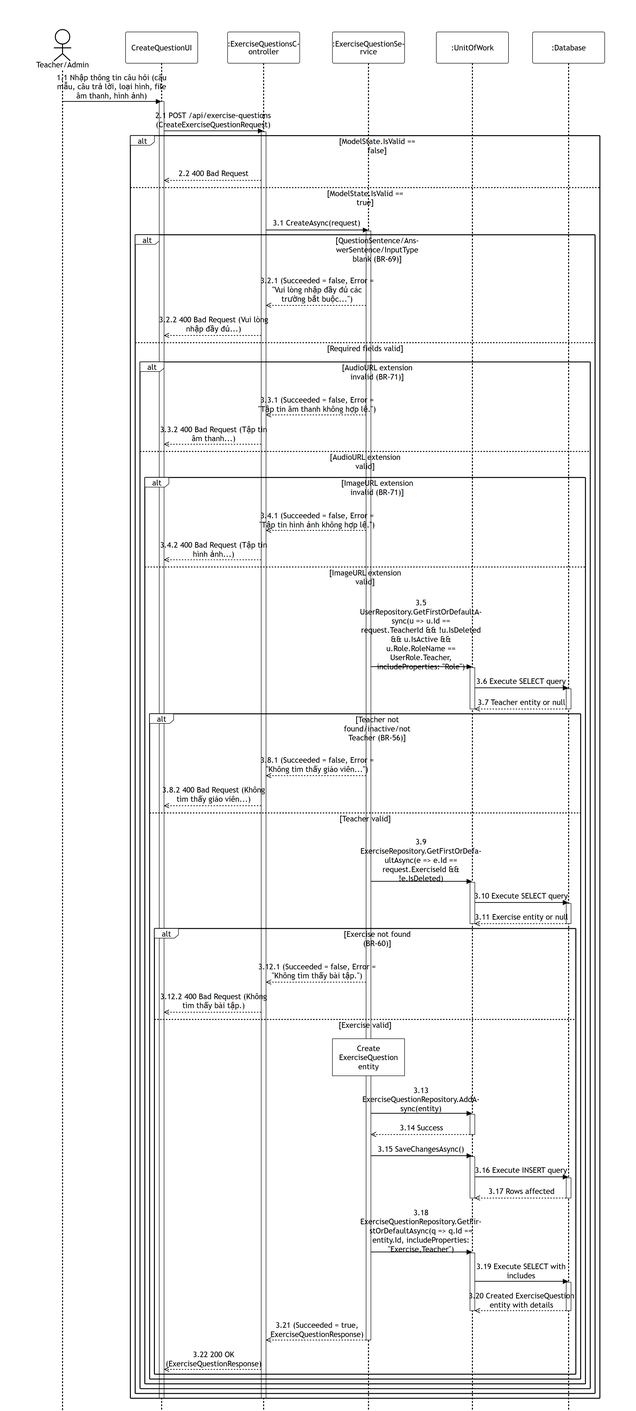
PhucAnDev/docx-diagram keeps this Mermaid diagram as 05-exercise-question-management/images/apis/create-question.png. Above is the earlier version. Its source is kept beside it as 05-exercise-question-management/sequence-diagram/apis/create-question.mmd.
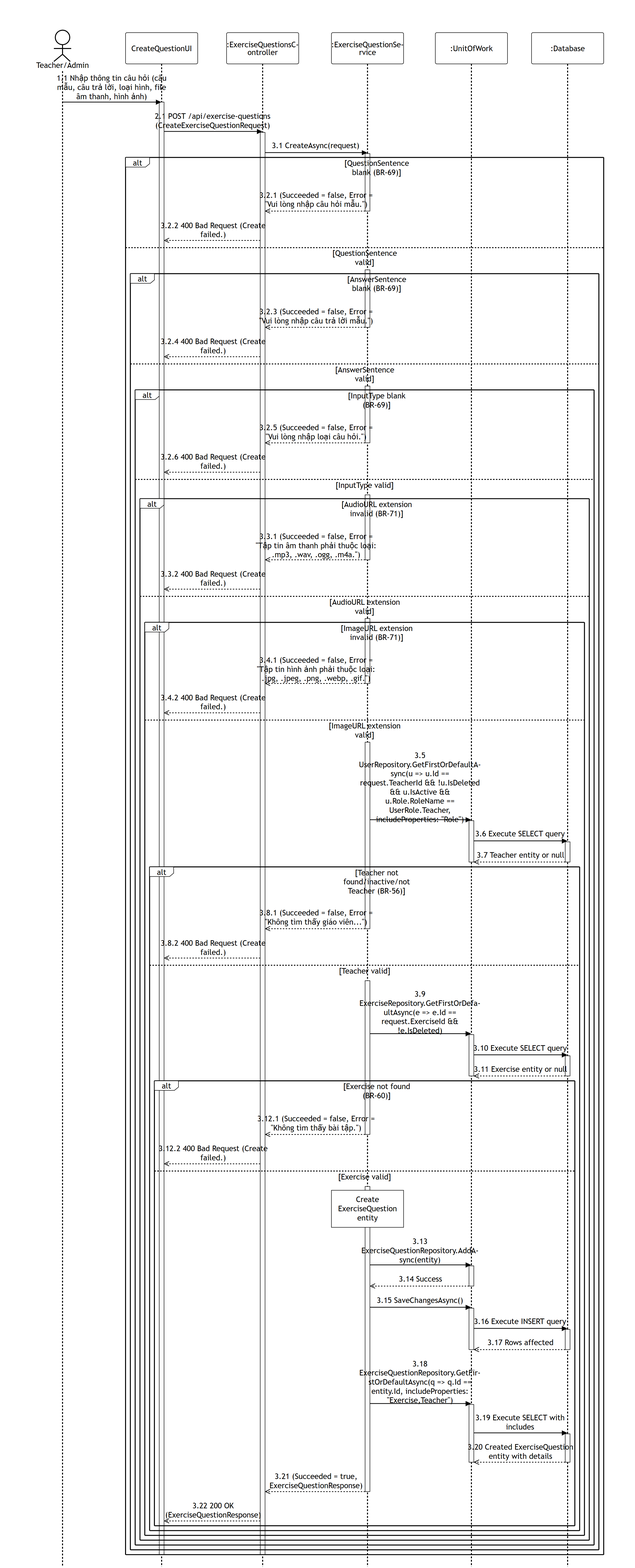
After the commit.

Commit message:
fix: update create-question.mmd, update-question.mmd, and delete-question.mmd with correct validations, error messages, and activations

The edit, as a diff of the source:
```diff
@@ -13,74 +13,94 @@
     UI->>Endpoint: 2.1 POST /api/exercise-questions (CreateExerciseQuestionRequest)
     activate Endpoint
 
-    alt ModelState.IsValid == false
-        Endpoint-->>UI: 2.2 400 Bad Request
-    else ModelState.IsValid == true
-        Endpoint->>Service: 3.1 CreateAsync(request)
+    Endpoint->>Service: 3.1 CreateAsync(request)
+    activate Service
+
+    alt QuestionSentence blank (BR-69)
+        Service-->>Endpoint: 3.2.1 (Succeeded = false, Error = "Vui lòng nhập câu hỏi mẫu.")
+        deactivate Service
+        Endpoint-->>UI: 3.2.2 400 Bad Request (Create failed.)
+    else QuestionSentence valid
         activate Service
-
-        alt QuestionSentence/AnswerSentence/InputType blank (BR-69)
-            Service-->>Endpoint: 3.2.1 (Succeeded = false, Error = "Vui lòng nhập đầy đủ các trường bắt buộc...")
-            Endpoint-->>UI: 3.2.2 400 Bad Request (Vui lòng nhập đầy đủ...)
-        else Required fields valid
-            alt AudioURL extension invalid (BR-71)
-                Service-->>Endpoint: 3.3.1 (Succeeded = false, Error = "Tập tin âm thanh không hợp lệ.")
-                Endpoint-->>UI: 3.3.2 400 Bad Request (Tập tin âm thanh...)
-            else AudioURL extension valid
-                alt ImageURL extension invalid (BR-71)
-                    Service-->>Endpoint: 3.4.1 (Succeeded = false, Error = "Tập tin hình ảnh không hợp lệ.")
-                    Endpoint-->>UI: 3.4.2 400 Bad Request (Tập tin hình ảnh...)
-                else ImageURL extension valid
-                    Service->>DB: 3.5 UserRepository.GetFirstOrDefaultAsync(u => u.Id == request.TeacherId && !u.IsDeleted && u.IsActive && u.Role.RoleName == UserRole.Teacher, includeProperties: "Role")
-                    activate DB
-                    DB->>Database: 3.6 Execute SELECT query
-                    activate Database
-                    Database-->>DB: 3.7 Teacher entity or null
-                    deactivate Database
-                    deactivate DB
-
-                    alt Teacher not found/inactive/not Teacher (BR-56)
-                        Service-->>Endpoint: 3.8.1 (Succeeded = false, Error = "Không tìm thấy giáo viên...")
-                        Endpoint-->>UI: 3.8.2 400 Bad Request (Không tìm thấy giáo viên...)
-                    else Teacher valid
-                        Service->>DB: 3.9 ExerciseRepository.GetFirstOrDefaultAsync(e => e.Id == request.ExerciseId && !e.IsDeleted)
+        alt AnswerSentence blank (BR-69)
+            Service-->>Endpoint: 3.2.3 (Succeeded = false, Error = "Vui lòng nhập câu trả lời mẫu.")
+            deactivate Service
+            Endpoint-->>UI: 3.2.4 400 Bad Request (Create failed.)
+        else AnswerSentence valid
+            activate Service
+            alt InputType blank (BR-69)
+                Service-->>Endpoint: 3.2.5 (Succeeded = false, Error = "Vui lòng nhập loại câu hỏi.")
+                deactivate Service
+                Endpoint-->>UI: 3.2.6 400 Bad Request (Create failed.)
+            else InputType valid
+                activate Service
+                alt AudioURL extension invalid (BR-71)
+                    Service-->>Endpoint: 3.3.1 (Succeeded = false, Error = "Tập tin âm thanh phải thuộc loại: .mp3, .wav, .ogg, .m4a.")
+                    deactivate Service
+                    Endpoint-->>UI: 3.3.2 400 Bad Request (Create failed.)
+                else AudioURL extension valid
+                    activate Service
+                    alt ImageURL extension invalid (BR-71)
+                        Service-->>Endpoint: 3.4.1 (Succeeded = false, Error = "Tập tin hình ảnh phải thuộc loại: .jpg, .jpeg, .png, .webp, .gif.")
+                        deactivate Service
+                        Endpoint-->>UI: 3.4.2 400 Bad Request (Create failed.)
+                    else ImageURL extension valid
+                        activate Service
+                        Service->>DB: 3.5 UserRepository.GetFirstOrDefaultAsync(u => u.Id == request.TeacherId && !u.IsDeleted && u.IsActive && u.Role.RoleName == UserRole.Teacher, includeProperties: "Role")
                         activate DB
-                        DB->>Database: 3.10 Execute SELECT query
+                        DB->>Database: 3.6 Execute SELECT query
                         activate Database
-                        Database-->>DB: 3.11 Exercise entity or null
+                        Database-->>DB: 3.7 Teacher entity or null
                         deactivate Database
                         deactivate DB
 
-                        alt Exercise not found (BR-60)
-                            Service-->>Endpoint: 3.12.1 (Succeeded = false, Error = "Không tìm thấy bài tập.")
-                            Endpoint-->>UI: 3.12.2 400 Bad Request (Không tìm thấy bài tập.)
-                        else Exercise valid
-                            note over Service: Create ExerciseQuestion entity
-
-                            Service->>DB: 3.13 ExerciseQuestionRepository.AddAsync(entity)
+                        alt Teacher not found/inactive/not Teacher (BR-56)
+                            Service-->>Endpoint: 3.8.1 (Succeeded = false, Error = "Không tìm thấy giáo viên...")
+                            deactivate Service
+                            Endpoint-->>UI: 3.8.2 400 Bad Request (Create failed.)
+                        else Teacher valid
+                            activate Service
+                            Service->>DB: 3.9 ExerciseRepository.GetFirstOrDefaultAsync(e => e.Id == request.ExerciseId && !e.IsDeleted)
                             activate DB
-                            DB-->>Service: 3.14 Success
-                            deactivate DB
-
-                            Service->>DB: 3.15 SaveChangesAsync()
-                            activate DB
-                            DB->>Database: 3.16 Execute INSERT query
+                            DB->>Database: 3.10 Execute SELECT query
                             activate Database
-                            Database-->>DB: 3.17 Rows affected
+                            Database-->>DB: 3.11 Exercise entity or null
                             deactivate Database
                             deactivate DB
 
-                            Service->>DB: 3.18 ExerciseQuestionRepository.GetFirstOrDefaultAsync(q => q.Id == entity.Id, includeProperties: "Exercise,Teacher")
-                            activate DB
-                            DB->>Database: 3.19 Execute SELECT with includes
-                            activate Database
-                            Database-->>DB: 3.20 Created ExerciseQuestion entity with details
-                            deactivate Database
-                            deactivate DB
+                            alt Exercise not found (BR-60)
+                                Service-->>Endpoint: 3.12.1 (Succeeded = false, Error = "Không tìm thấy bài tập.")
+                                deactivate Service
+                                Endpoint-->>UI: 3.12.2 400 Bad Request (Create failed.)
+                            else Exercise valid
+                                activate Service
+                                note over Service: Create ExerciseQuestion entity
 
-                            Service-->>Endpoint: 3.21 (Succeeded = true, ExerciseQuestionResponse)
-                            deactivate Service
-                            Endpoint-->>UI: 3.22 200 OK (ExerciseQuestionResponse)
+                                Service->>DB: 3.13 ExerciseQuestionRepository.AddAsync(entity)
+                                activate DB
+                                DB-->>Service: 3.14 Success
+                                deactivate DB
+
+                                Service->>DB: 3.15 SaveChangesAsync()
+                                activate DB
+                                DB->>Database: 3.16 Execute INSERT query
+                                activate Database
+                                Database-->>DB: 3.17 Rows affected
+                                deactivate Database
+                                deactivate DB
+
+                                Service->>DB: 3.18 ExerciseQuestionRepository.GetFirstOrDefaultAsync(q => q.Id == entity.Id, includeProperties: "Exercise,Teacher")
+                                activate DB
+                                DB->>Database: 3.19 Execute SELECT with includes
+                                activate Database
+                                Database-->>DB: 3.20 Created ExerciseQuestion entity with details
+                                deactivate Database
+                                deactivate DB
+
+                                Service-->>Endpoint: 3.21 (Succeeded = true, ExerciseQuestionResponse)
+                                deactivate Service
+                                Endpoint-->>UI: 3.22 200 OK (ExerciseQuestionResponse)
+                            end
                         end
                     end
                 end
```
